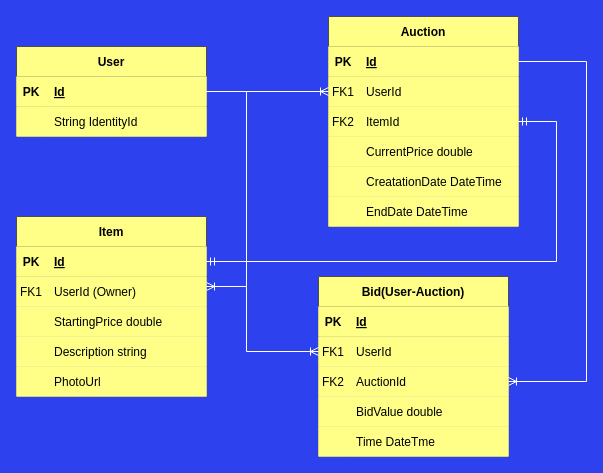
Yousif-FJ/OnlineAuction keeps this draw.io diagram as Documentation/OnlineAuctionDatabase.drawio. Above is the earlier version. Source tidied: cells renumbered, new cells numbered last; positions are measured from the earlier drawing's top-left corner, leaving out a move shared by most shapes. Both pictures are drawn from the tidied source at 100%, with x=0, y=0 at pixel (16, 16).
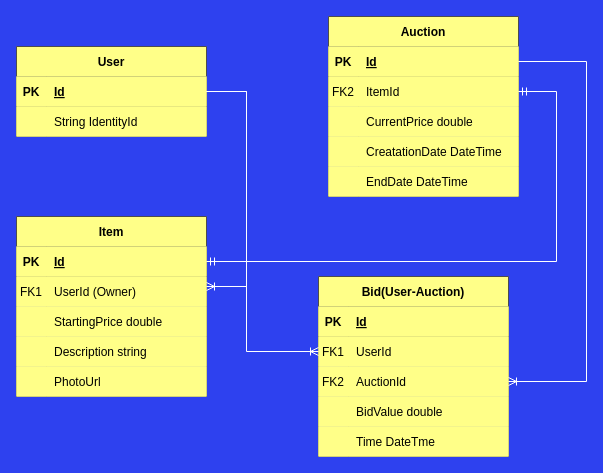
After the change.

Commit message (it also covers changes not shown here):
Add username to auction user

The change refers to these unchanged cells:
```xml
<mxCell id="22" style="shape=partialRectangle;fillColor=#ffff88;points=[[0,0.5],[1,0.5]];portConstraint=eastwest;top=0;left=0;right=0;bottom=1;strokeColor=#4D4D4D;" parent="21" vertex="1">
  <mxGeometry y="30" width="190" height="30" as="geometry" />
</mxCell>
<mxCell id="38" style="shape=partialRectangle;fillColor=#ffff88;points=[[0,0.5],[1,0.5]];portConstraint=eastwest;top=0;left=0;right=0;bottom=1;strokeColor=#4D4D4D;" parent="37" vertex="1">
  <mxGeometry y="30" width="190" height="30" as="geometry" />
</mxCell>
```

Change to the diagram source:
```diff
@@
     <mxCell id="2" value="Auction" style="shape=table;startSize=30;childLayout=tableLayout;rowLines=0;fontStyle=1;align=center;fillColor=#ffff88;strokeColor=#4D4D4D;" parent="1" vertex="1">
-      <mxGeometry x="312" width="190" height="210" as="geometry" />
+      <mxGeometry x="312" width="190" height="180" as="geometry" />
     </mxCell>
@@
-    <mxCell id="6" style="shape=partialRectangle;fillColor=#ffff88;points=[[0,0.5],[1,0.5]];portConstraint=eastwest;top=0;left=0;right=0;bottom=0;strokeColor=#4D4D4D;" parent="2" vertex="1">
-      <mxGeometry y="60" width="190" height="30" as="geometry" />
-    </mxCell>
-    <mxCell id="7" value="FK1" style="shape=partialRectangle;overflow=hidden;fillColor=#ffff88;top=0;left=0;bottom=0;right=0;strokeColor=#4D4D4D;" parent="6" vertex="1">
-      <mxGeometry width="30" height="30" as="geometry" />
-    </mxCell>
-    <mxCell id="8" value="UserId" style="shape=partialRectangle;overflow=hidden;fillColor=#ffff88;top=0;left=0;bottom=0;right=0;align=left;spacingLeft=6;strokeColor=#4D4D4D;" parent="6" vertex="1">
-      <mxGeometry x="30" width="160" height="30" as="geometry" />
-    </mxCell>
     <mxCell id="9" style="shape=partialRectangle;fillColor=#ffff88;points=[[0,0.5],[1,0.5]];portConstraint=eastwest;top=0;left=0;right=0;bottom=0;strokeColor=#4D4D4D;" parent="2" vertex="1">
-      <mxGeometry y="90" width="190" height="30" as="geometry" />
+      <mxGeometry y="60" width="190" height="30" as="geometry" />
     </mxCell>
@@
     <mxCell id="12" style="shape=partialRectangle;fillColor=#ffff88;top=0;left=0;right=0;bottom=0;strokeColor=#4D4D4D;" parent="2" vertex="1">
-      <mxGeometry y="120" width="190" height="30" as="geometry" />
+      <mxGeometry y="90" width="190" height="30" as="geometry" />
     </mxCell>
@@
     <mxCell id="15" style="shape=partialRectangle;fillColor=#ffff88;top=0;left=0;right=0;bottom=0;strokeColor=#4D4D4D;" parent="2" vertex="1">
-      <mxGeometry y="150" width="190" height="30" as="geometry" />
+      <mxGeometry y="120" width="190" height="30" as="geometry" />
     </mxCell>
@@
     <mxCell id="18" style="shape=partialRectangle;fillColor=#ffff88;top=0;left=0;right=0;bottom=0;strokeColor=#4D4D4D;" parent="2" vertex="1">
-      <mxGeometry y="180" width="190" height="30" as="geometry" />
+      <mxGeometry y="150" width="190" height="30" as="geometry" />
     </mxCell>
@@
-    <mxCell id="44" style="edgeStyle=orthogonalEdgeStyle;fontSize=12;html=1;endArrow=ERoneToMany;rounded=0;exitX=1;exitY=0.5;exitDx=0;exitDy=0;entryX=0;entryY=0.5;entryDx=0;entryDy=0;fillColor=#ffff88;strokeColor=#FFFFFF;" parent="1" edge="1" source="38" target="6">
-      <mxGeometry relative="1" as="geometry" />
-    </mxCell>
@@
     <mxCell id="63" style="edgeStyle=orthogonalEdgeStyle;fontSize=12;html=1;endArrow=ERmandOne;startArrow=ERmandOne;rounded=0;entryX=1;entryY=0.5;entryDx=0;entryDy=0;fillColor=#ffff88;strokeColor=#FFFFFF;" parent="1" edge="1" source="22" target="9">
       <mxGeometry relative="1" as="geometry">
         <Array as="points">
           <mxPoint x="540" y="245" />
-          <mxPoint x="540" y="105" />
+          <mxPoint x="540" y="75" />
         </Array>
       </mxGeometry>
     </mxCell>
```
